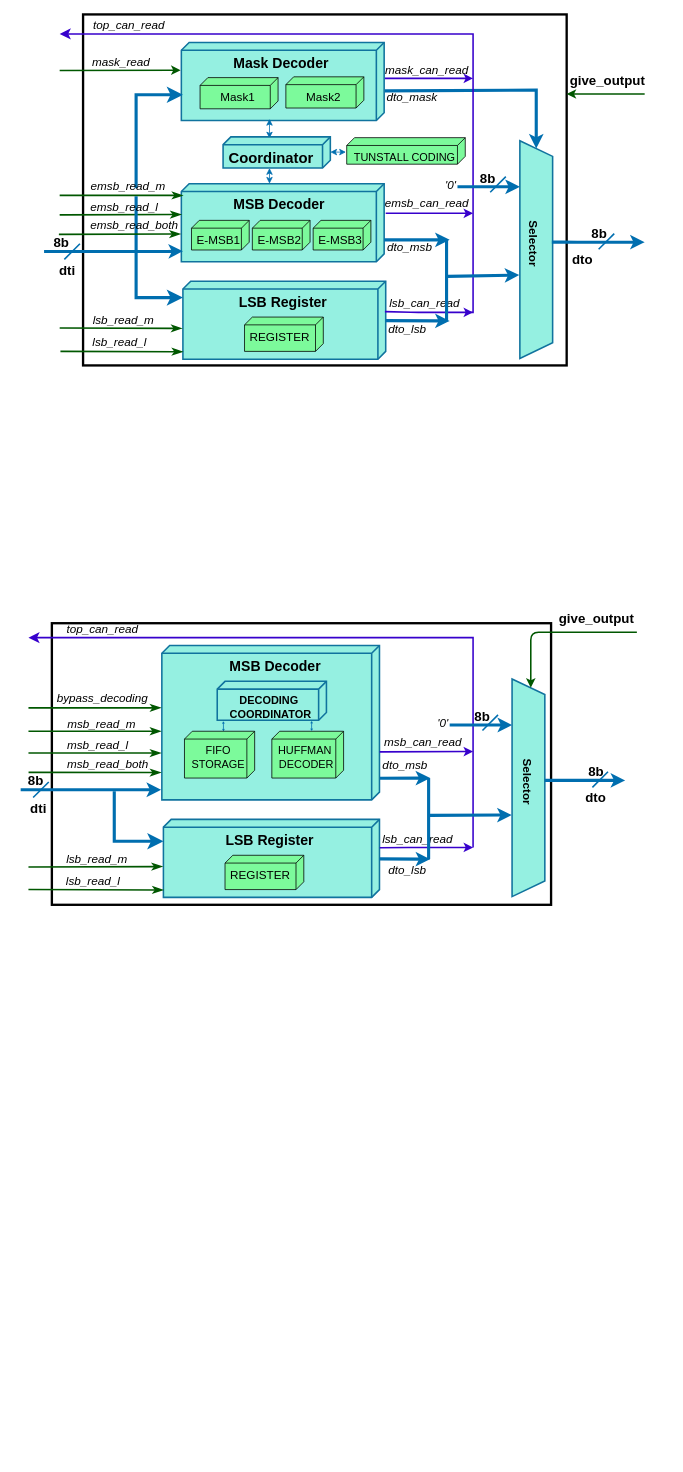
Before: decompressor.drawio in Nithyarajoman/Drawio-figures, a draw.io diagram. Source tidied: cells renumbered, new cells numbered last; positions are measured from the earlier drawing's top-left corner, leaving out a move shared by most shapes. Both pictures are drawn from the tidied source at 78%, with x=0, y=0 at pixel (20, 13).
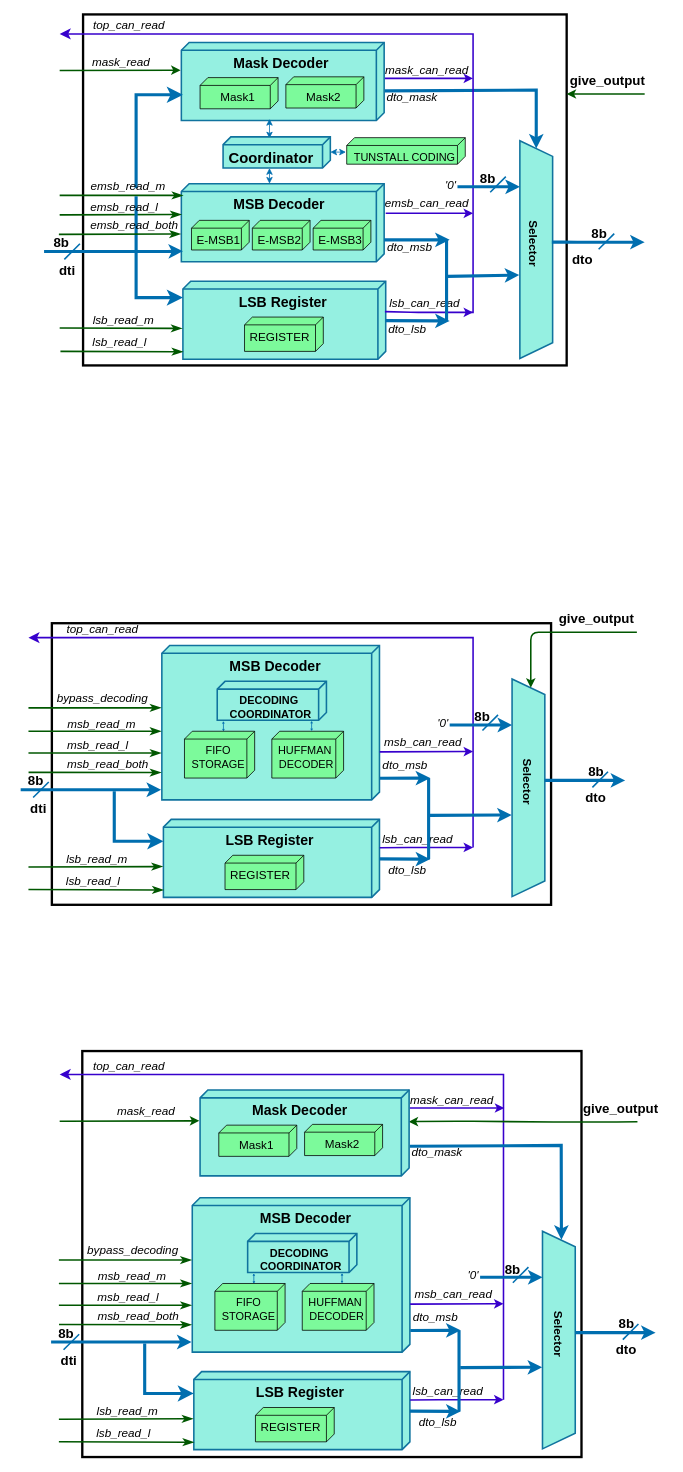
The same diagram, later.

Diff of the diagram source:
```diff
@@
+    <mxCell id="113" style="rounded=0;whiteSpace=wrap;html=1;fillStyle=solid;strokeColor=#000000;strokeWidth=3;fillColor=none;" parent="1" vertex="1">
+      <mxGeometry x="79" y="1330" width="640" height="520.5" as="geometry" />
+    </mxCell>
+    <mxCell id="114" value="&lt;font style=&quot;font-size: 15px;&quot;&gt;&lt;i&gt;'0'&lt;/i&gt;&lt;/font&gt;" style="text;strokeColor=none;align=center;fillColor=none;html=1;verticalAlign=middle;whiteSpace=wrap;rounded=0;fontSize=17;" parent="1" vertex="1">
+      <mxGeometry x="570" y="1603" width="21" height="30" as="geometry" />
+    </mxCell>
+    <mxCell id="115" value="&lt;font size=&quot;1&quot; color=&quot;#000000&quot;&gt;&lt;b style=&quot;font-size: 18px;&quot;&gt;LSB Register&lt;/b&gt;&lt;/font&gt;" style="verticalAlign=top;align=center;shape=cube;size=10;direction=south;fontStyle=0;html=1;boundedLbl=1;spacingLeft=5;rounded=1;fillColor=#95F0E1;strokeColor=#10739e;strokeWidth=2;" parent="1" vertex="1">
+      <mxGeometry x="222" y="1741" width="277" height="100" as="geometry" />
+    </mxCell>
+    <mxCell id="116" value="&lt;font size=&quot;1&quot; color=&quot;#000000&quot;&gt;&lt;b style=&quot;font-size: 18px;&quot;&gt;&amp;nbsp; &amp;nbsp; &amp;nbsp; &amp;nbsp; &amp;nbsp; &amp;nbsp; &amp;nbsp; &amp;nbsp; MSB Decoder&lt;/b&gt;&lt;/font&gt;" style="verticalAlign=top;align=left;shape=cube;size=10;direction=south;fontStyle=0;html=1;boundedLbl=1;spacingLeft=5;rounded=1;fillColor=#95F0E1;strokeColor=#10739e;strokeWidth=2;" parent="1" vertex="1">
+      <mxGeometry x="220" y="1518" width="279" height="198" as="geometry" />
+    </mxCell>
+    <mxCell id="117" style="html=1;fontColor=#000000;shadow=0;strokeColor=#006EAF;strokeWidth=4;rounded=0;" parent="1" edge="1" source="115">
+      <mxGeometry relative="1" as="geometry">
+        <mxPoint x="564" y="1792" as="targetPoint" />
+      </mxGeometry>
+    </mxCell>
+    <mxCell id="118" style="shape=trapezoid;perimeter=trapezoidPerimeter;whiteSpace=wrap;html=1;fixedSize=1;strokeColor=#10739e;fillColor=#95F0E1;direction=south;strokeWidth=2;" parent="1" vertex="1">
+      <mxGeometry x="669" y="1561" width="42" height="279" as="geometry" />
+    </mxCell>
+    <mxCell id="119" style="edgeStyle=none;html=1;fontColor=#000000;shadow=0;strokeColor=#006EAF;strokeWidth=4;exitX=0.466;exitY=-0.004;exitDx=0;exitDy=0;exitPerimeter=0;" parent="1" edge="1" source="118">
+      <mxGeometry relative="1" as="geometry">
+        <mxPoint x="814" y="1691" as="targetPoint" />
+        <Array as="points">
+          <mxPoint x="718" y="1691" />
+        </Array>
+      </mxGeometry>
+    </mxCell>
+    <mxCell id="120" style="endArrow=classicThin;startArrow=none;endFill=1;startFill=0;endSize=8;html=1;verticalAlign=bottom;labelBackgroundColor=none;strokeWidth=2;shadow=0;sketch=0;fontColor=#000000;fillColor=#008a00;strokeColor=#005700;" parent="1" edge="1">
+      <mxGeometry relative="1" as="geometry">
+        <mxPoint x="49" y="1628" as="sourcePoint" />
+        <mxPoint x="219" y="1628" as="targetPoint" />
+      </mxGeometry>
+    </mxCell>
+    <mxCell id="121" style="endArrow=classicThin;startArrow=none;endFill=1;startFill=0;endSize=8;html=1;verticalAlign=bottom;labelBackgroundColor=none;strokeWidth=2;shadow=0;sketch=0;fontColor=#000000;fillColor=#008a00;strokeColor=#005700;" parent="1" edge="1">
+      <mxGeometry relative="1" as="geometry">
+        <mxPoint x="49" y="1656" as="sourcePoint" />
+        <mxPoint x="219" y="1656" as="targetPoint" />
+      </mxGeometry>
+    </mxCell>
+    <mxCell id="122" value="&lt;font size=&quot;1&quot; color=&quot;#000000&quot;&gt;&lt;b style=&quot;font-size: 15px;&quot;&gt;Selector&lt;/b&gt;&lt;/font&gt;" style="text;strokeColor=none;align=center;fillColor=none;html=1;verticalAlign=middle;whiteSpace=wrap;rounded=0;direction=west;spacingRight=0;labelPosition=center;verticalLabelPosition=middle;flipV=0;flipH=1;rotation=90;" parent="1" vertex="1">
+      <mxGeometry x="660" y="1686" width="60" height="14" as="geometry" />
+    </mxCell>
+    <mxCell id="123" style="edgeStyle=none;html=1;fontColor=#000000;shadow=0;strokeColor=#3700CC;fillColor=#6a00ff;strokeWidth=2;exitX=0.689;exitY=-0.001;exitDx=0;exitDy=0;exitPerimeter=0;" parent="1" edge="1" source="116">
+      <mxGeometry relative="1" as="geometry">
+        <mxPoint x="619" y="1654" as="targetPoint" />
+      </mxGeometry>
+    </mxCell>
+    <mxCell id="124" style="edgeStyle=segmentEdgeStyle;endArrow=classic;html=1;curved=0;rounded=0;endSize=8;startSize=8;fontColor=#000000;strokeColor=#3700CC;fillColor=#6a00ff;strokeWidth=2;" parent="1" edge="1">
+      <mxGeometry relative="1" as="geometry">
+        <mxPoint x="619" y="1777" as="sourcePoint" />
+        <mxPoint x="50" y="1360" as="targetPoint" />
+        <Array as="points">
+          <mxPoint x="619" y="1360" />
+        </Array>
+      </mxGeometry>
+    </mxCell>
+    <mxCell id="125" style="edgeStyle=none;html=1;fontColor=#000000;shadow=0;strokeColor=#3700CC;fillColor=#6a00ff;strokeWidth=2;exitX=0.363;exitY=-0.001;exitDx=0;exitDy=0;exitPerimeter=0;" parent="1" edge="1" source="115">
+      <mxGeometry relative="1" as="geometry">
+        <mxPoint x="619" y="1777" as="targetPoint" />
+        <Array as="points">
+          <mxPoint x="546" y="1777" />
+        </Array>
+      </mxGeometry>
+    </mxCell>
+    <mxCell id="126" style="edgeStyle=none;orthogonalLoop=1;jettySize=auto;html=1;strokeColor=#006EAF;fillColor=#1ba1e2;strokeWidth=4;" parent="1" edge="1">
+      <mxGeometry relative="1" as="geometry">
+        <mxPoint x="39" y="1703" as="sourcePoint" />
+        <mxPoint x="219" y="1703" as="targetPoint" />
+        <Array as="points">
+          <mxPoint x="194" y="1703" />
+        </Array>
+      </mxGeometry>
+    </mxCell>
+    <mxCell id="127" style="edgeStyle=segmentEdgeStyle;endArrow=classic;html=1;curved=0;rounded=0;endSize=8;startSize=8;strokeColor=#006EAF;fillColor=#1ba1e2;strokeWidth=4;" parent="1" edge="1">
+      <mxGeometry relative="1" as="geometry">
+        <mxPoint x="159" y="1705" as="sourcePoint" />
+        <mxPoint x="222" y="1769" as="targetPoint" />
+        <Array as="points">
+          <mxPoint x="159" y="1769" />
+        </Array>
+      </mxGeometry>
+    </mxCell>
+    <mxCell id="128" style="endArrow=classicThin;startArrow=none;endFill=1;startFill=0;endSize=8;html=1;verticalAlign=bottom;labelBackgroundColor=none;strokeWidth=2;shadow=0;sketch=0;fontColor=#000000;fillColor=#008a00;strokeColor=#005700;" parent="1" edge="1">
+      <mxGeometry relative="1" as="geometry">
+        <mxPoint x="49" y="1802" as="sourcePoint" />
+        <mxPoint x="221" y="1801.5" as="targetPoint" />
+      </mxGeometry>
+    </mxCell>
+    <mxCell id="129" style="html=1;fontColor=#000000;shadow=0;strokeColor=#006EAF;strokeWidth=4;exitX=0.86;exitY=-0.002;exitDx=0;exitDy=0;exitPerimeter=0;" parent="1" edge="1" source="116">
+      <mxGeometry relative="1" as="geometry">
+        <mxPoint x="564" y="1688" as="targetPoint" />
+      </mxGeometry>
+    </mxCell>
+    <mxCell id="130" style="endArrow=none;html=1;strokeColor=#006EAF;strokeWidth=2;" parent="1" edge="1">
+      <mxGeometry relative="1" as="geometry">
+        <mxPoint x="55" y="1713" as="sourcePoint" />
+        <mxPoint x="75" y="1693" as="targetPoint" />
+      </mxGeometry>
+    </mxCell>
+    <mxCell id="131" style="endArrow=none;html=1;strokeColor=#006EAF;strokeWidth=2;" parent="1" edge="1">
+      <mxGeometry relative="1" as="geometry">
+        <mxPoint x="772" y="1700" as="sourcePoint" />
+        <mxPoint x="792" y="1680" as="targetPoint" />
+      </mxGeometry>
+    </mxCell>
+    <mxCell id="132" value="&lt;b&gt;&lt;font style=&quot;font-size: 17px;&quot;&gt;8b&lt;/font&gt;&lt;/b&gt;" style="text;strokeColor=none;align=center;fillColor=none;html=1;verticalAlign=middle;whiteSpace=wrap;rounded=0;fontColor=default;" parent="1" vertex="1">
+      <mxGeometry x="46" y="1681" width="25" height="24" as="geometry" />
+    </mxCell>
+    <mxCell id="133" value="&lt;b&gt;&lt;font style=&quot;font-size: 17px;&quot;&gt;8b&lt;/font&gt;&lt;/b&gt;" style="text;strokeColor=none;align=center;fillColor=none;html=1;verticalAlign=middle;whiteSpace=wrap;rounded=0;" parent="1" vertex="1">
+      <mxGeometry x="742" y="1668" width="70" height="25" as="geometry" />
+    </mxCell>
+    <mxCell id="134" value="&lt;b&gt;&lt;font style=&quot;font-size: 17px;&quot;&gt;dto&lt;/font&gt;&lt;/b&gt;" style="text;strokeColor=none;align=center;fillColor=none;html=1;verticalAlign=middle;whiteSpace=wrap;rounded=0;" parent="1" vertex="1">
+      <mxGeometry x="736" y="1697" width="80.5" height="33" as="geometry" />
+    </mxCell>
+    <mxCell id="135" value="&lt;font style=&quot;font-size: 15px;&quot;&gt;&lt;i&gt;msb_read_m&lt;/i&gt;&lt;/font&gt;" style="text;strokeColor=none;align=center;fillColor=none;html=1;verticalAlign=middle;whiteSpace=wrap;rounded=0;fontSize=17;" parent="1" vertex="1">
+      <mxGeometry x="113" y="1601" width="60" height="35" as="geometry" />
+    </mxCell>
+    <mxCell id="136" value="&lt;font style=&quot;font-size: 15px;&quot;&gt;&lt;i&gt;msb_read_l&lt;/i&gt;&lt;/font&gt;" style="text;strokeColor=none;align=center;fillColor=none;html=1;verticalAlign=middle;whiteSpace=wrap;rounded=0;fontSize=17;" parent="1" vertex="1">
+      <mxGeometry x="108" y="1631" width="60" height="30" as="geometry" />
+    </mxCell>
+    <mxCell id="137" value="&lt;font style=&quot;font-size: 15px;&quot;&gt;&lt;i&gt;lsb_read_m&lt;/i&gt;&lt;/font&gt;" style="text;strokeColor=none;align=center;fillColor=none;html=1;verticalAlign=middle;whiteSpace=wrap;rounded=0;fontSize=17;" parent="1" vertex="1">
+      <mxGeometry x="107" y="1777" width="60" height="30" as="geometry" />
+    </mxCell>
+    <mxCell id="138" value="&lt;font style=&quot;font-size: 15px;&quot;&gt;&lt;i&gt;lsb_read_l&lt;/i&gt;&lt;/font&gt;" style="text;strokeColor=none;align=center;fillColor=none;html=1;verticalAlign=middle;whiteSpace=wrap;rounded=0;fontSize=17;" parent="1" vertex="1">
+      <mxGeometry x="102" y="1805" width="60" height="30" as="geometry" />
+    </mxCell>
+    <mxCell id="139" value="&lt;font style=&quot;font-size: 15px;&quot;&gt;&lt;i&gt;msb_can_read&lt;/i&gt;&lt;/font&gt;" style="text;strokeColor=none;align=center;fillColor=none;html=1;verticalAlign=middle;whiteSpace=wrap;rounded=0;fontSize=17;" parent="1" vertex="1">
+      <mxGeometry x="525" y="1627" width="60" height="30" as="geometry" />
+    </mxCell>
+    <mxCell id="140" value="&lt;font style=&quot;font-size: 15px;&quot;&gt;&lt;i&gt;lsb_can_read&lt;/i&gt;&lt;/font&gt;" style="text;strokeColor=none;align=center;fillColor=none;html=1;verticalAlign=middle;whiteSpace=wrap;rounded=0;fontSize=17;" parent="1" vertex="1">
+      <mxGeometry x="518" y="1752" width="60" height="30" as="geometry" />
+    </mxCell>
+    <mxCell id="141" value="&lt;b&gt;&lt;font style=&quot;font-size: 17px;&quot;&gt;dti&lt;/font&gt;&lt;/b&gt;" style="text;strokeColor=none;align=center;fillColor=none;html=1;verticalAlign=middle;whiteSpace=wrap;rounded=0;" parent="1" vertex="1">
+      <mxGeometry x="42" y="1713" width="40" height="30" as="geometry" />
+    </mxCell>
+    <mxCell id="142" value="&lt;font style=&quot;font-size: 15px;&quot;&gt;&lt;i&gt;top_can_read&lt;/i&gt;&lt;/font&gt;" style="text;strokeColor=none;align=center;fillColor=none;html=1;verticalAlign=middle;whiteSpace=wrap;rounded=0;fontSize=17;" parent="1" vertex="1">
+      <mxGeometry x="109" y="1335" width="60" height="30" as="geometry" />
+    </mxCell>
+    <mxCell id="143" style="line;strokeWidth=4;dashed=0;labelPosition=right;align=left;verticalAlign=middle;spacingTop=0;spacingLeft=6;points=[];portConstraint=eastwest;fillStyle=solid;strokeColor=#006eaf;fillColor=none;flipH=1;flipV=1;direction=south;" parent="1" vertex="1">
+      <mxGeometry x="557" y="1688" width="10" height="104" as="geometry" />
+    </mxCell>
+    <mxCell id="144" style="html=1;fontColor=#000000;shadow=0;strokeColor=#006EAF;strokeWidth=4;exitX=0.54;exitY=0.653;exitDx=0;exitDy=0;exitPerimeter=0;entryX=0.625;entryY=1.011;entryDx=0;entryDy=0;entryPerimeter=0;" parent="1" edge="1" source="143" target="118">
+      <mxGeometry relative="1" as="geometry" />
+    </mxCell>
+    <mxCell id="145" value="&lt;font style=&quot;font-size: 15px;&quot;&gt;&lt;i&gt;dto_lsb&lt;/i&gt;&lt;/font&gt;" style="text;strokeColor=none;align=center;fillColor=none;html=1;verticalAlign=middle;whiteSpace=wrap;rounded=0;fontSize=17;" parent="1" vertex="1">
+      <mxGeometry x="505" y="1791" width="60" height="30" as="geometry" />
+    </mxCell>
+    <mxCell id="146" style="html=1;fontColor=#000000;shadow=0;strokeColor=#006EAF;strokeWidth=4;" parent="1" edge="1">
+      <mxGeometry relative="1" as="geometry">
+        <mxPoint x="589" y="1620" as="sourcePoint" />
+        <mxPoint x="669" y="1620" as="targetPoint" />
+      </mxGeometry>
+    </mxCell>
+    <mxCell id="147" value="&lt;b&gt;&lt;font style=&quot;font-size: 17px;&quot;&gt;8b&lt;/font&gt;&lt;/b&gt;" style="text;strokeColor=none;align=center;fillColor=none;html=1;verticalAlign=middle;whiteSpace=wrap;rounded=0;" parent="1" vertex="1">
+      <mxGeometry x="600" y="1598" width="62" height="25" as="geometry" />
+    </mxCell>
+    <mxCell id="148" style="endArrow=none;html=1;strokeColor=#006EAF;strokeWidth=2;" parent="1" edge="1">
+      <mxGeometry relative="1" as="geometry">
+        <mxPoint x="631" y="1627" as="sourcePoint" />
+        <mxPoint x="651" y="1607" as="targetPoint" />
+      </mxGeometry>
+    </mxCell>
+    <mxCell id="149" style="endArrow=classic;startArrow=none;endFill=1;startFill=0;html=1;verticalAlign=bottom;labelBackgroundColor=none;strokeWidth=2;shadow=0;sketch=0;fontColor=#000000;fillColor=#008a00;strokeColor=#005700;exitX=0.67;exitY=1.021;exitDx=0;exitDy=0;exitPerimeter=0;entryX=0.368;entryY=0.002;entryDx=0;entryDy=0;entryPerimeter=0;" parent="1" edge="1" source="158" target="163">
+      <mxGeometry relative="1" as="geometry">
+        <Array as="points">
+          <mxPoint x="754" y="1421" />
+          <mxPoint x="693" y="1421" />
+          <mxPoint x="570" y="1420" />
+        </Array>
+      </mxGeometry>
+    </mxCell>
+    <mxCell id="150" style="endArrow=classicThin;startArrow=none;endFill=1;startFill=0;endSize=8;html=1;verticalAlign=bottom;labelBackgroundColor=none;strokeWidth=2;shadow=0;sketch=0;fontColor=#000000;fillColor=#008a00;strokeColor=#005700;exitX=0.125;exitY=-0.013;exitDx=0;exitDy=0;exitPerimeter=0;" parent="1" edge="1" source="132">
+      <mxGeometry relative="1" as="geometry">
+        <mxPoint x="219" y="1681" as="targetPoint" />
+      </mxGeometry>
+    </mxCell>
+    <mxCell id="151" value="&lt;font style=&quot;font-size: 15px;&quot;&gt;&lt;i&gt;msb_read_both&lt;/i&gt;&lt;/font&gt;" style="text;strokeColor=none;align=center;fillColor=none;html=1;verticalAlign=middle;whiteSpace=wrap;rounded=0;fontSize=17;" parent="1" vertex="1">
+      <mxGeometry x="121" y="1655" width="60" height="30" as="geometry" />
+    </mxCell>
+    <mxCell id="152" value="&lt;font style=&quot;font-size: 14px;&quot;&gt;HUFFMAN&amp;nbsp;&lt;/font&gt;&lt;div&gt;&lt;font style=&quot;font-size: 14px;&quot;&gt;DECODER&lt;/font&gt;&lt;/div&gt;" style="verticalAlign=top;align=center;shape=cube;size=10;direction=south;html=1;boundedLbl=1;spacingLeft=5;rounded=1;fillColor=#7CFA9B;fontColor=#000000;strokeColor=#000000;" parent="1" vertex="1">
+      <mxGeometry x="361" y="1628" width="92" height="60" as="geometry" />
+    </mxCell>
+    <mxCell id="153" style="endArrow=classic;startArrow=classic;html=1;rounded=0;strokeColor=#006eaf;fontColor=default;entryX=1.016;entryY=0.815;entryDx=0;entryDy=0;entryPerimeter=0;strokeWidth=1;endSize=1;startSize=1;" parent="1" edge="1">
+      <mxGeometry relative="1" as="geometry">
+        <mxPoint x="299" y="1628.5" as="sourcePoint" />
+        <mxPoint x="298.9" y="1614.8" as="targetPoint" />
+      </mxGeometry>
+    </mxCell>
+    <mxCell id="154" value="&lt;font style=&quot;font-size: 14px;&quot;&gt;FIFO&lt;/font&gt;&lt;div&gt;&lt;font style=&quot;font-size: 14px;&quot;&gt;STORAGE&lt;/font&gt;&lt;/div&gt;" style="verticalAlign=top;align=center;shape=cube;size=10;direction=south;html=1;boundedLbl=1;spacingLeft=5;rounded=1;fillColor=#7CFA9B;fontColor=#000000;strokeColor=#000000;" parent="1" vertex="1">
+      <mxGeometry x="249" y="1628" width="90" height="60" as="geometry" />
+    </mxCell>
+    <mxCell id="155" value="&lt;font style=&quot;font-size: 15px;&quot;&gt;REGISTER&lt;/font&gt;" style="verticalAlign=top;align=left;shape=cube;size=10;direction=south;html=1;boundedLbl=1;spacingLeft=5;rounded=1;fillColor=#7CFA9B;fontColor=#000000;strokeColor=#000000;" parent="1" vertex="1">
+      <mxGeometry x="301" y="1787" width="101" height="44" as="geometry" />
+    </mxCell>
+    <mxCell id="156" value="&lt;font style=&quot;font-size: 14px;&quot; color=&quot;#000000&quot;&gt;&lt;b style=&quot;&quot;&gt;DECODING&amp;nbsp;&lt;/b&gt;&lt;/font&gt;&lt;div&gt;&lt;font style=&quot;font-size: 14px;&quot; color=&quot;#000000&quot;&gt;&lt;b style=&quot;&quot;&gt;COORDINATOR&lt;/b&gt;&lt;/font&gt;&lt;/div&gt;" style="verticalAlign=top;align=center;shape=cube;size=10;direction=south;fontStyle=0;html=1;boundedLbl=1;spacingLeft=5;rounded=1;fillColor=#95F0E1;strokeColor=#10739e;strokeWidth=2;" parent="1" vertex="1">
+      <mxGeometry x="291" y="1564" width="140" height="50" as="geometry" />
+    </mxCell>
+    <mxCell id="157" style="endArrow=classicThin;startArrow=none;endFill=1;startFill=0;endSize=8;html=1;verticalAlign=bottom;labelBackgroundColor=none;strokeWidth=2;shadow=0;sketch=0;fontColor=#000000;fillColor=#008a00;strokeColor=#005700;" parent="1" edge="1">
+      <mxGeometry relative="1" as="geometry">
+        <mxPoint x="49" y="1831" as="sourcePoint" />
+        <mxPoint x="222" y="1831.5" as="targetPoint" />
+      </mxGeometry>
+    </mxCell>
+    <mxCell id="158" value="&lt;b&gt;&lt;font style=&quot;font-size: 17px;&quot;&gt;give_output&lt;/font&gt;&lt;/b&gt;" style="text;strokeColor=none;align=center;fillColor=none;html=1;verticalAlign=middle;whiteSpace=wrap;rounded=0;" parent="1" vertex="1">
+      <mxGeometry x="707" y="1390" width="125" height="30" as="geometry" />
+    </mxCell>
+    <mxCell id="159" value="&lt;font style=&quot;font-size: 15px;&quot;&gt;&lt;i&gt;dto_msb&lt;/i&gt;&lt;/font&gt;" style="text;strokeColor=none;align=center;fillColor=none;html=1;verticalAlign=middle;whiteSpace=wrap;rounded=0;fontSize=17;" parent="1" vertex="1">
+      <mxGeometry x="502" y="1657" width="60" height="30" as="geometry" />
+    </mxCell>
+    <mxCell id="160" style="endArrow=classic;startArrow=classic;html=1;rounded=0;strokeColor=#006eaf;fontColor=default;entryX=1.016;entryY=0.815;entryDx=0;entryDy=0;entryPerimeter=0;strokeWidth=1;endSize=1;startSize=1;" parent="1" edge="1">
+      <mxGeometry relative="1" as="geometry">
+        <mxPoint x="412" y="1628" as="sourcePoint" />
+        <mxPoint x="412" y="1614.5" as="targetPoint" />
+      </mxGeometry>
+    </mxCell>
+    <mxCell id="161" style="endArrow=classicThin;startArrow=none;endFill=1;startFill=0;endSize=8;html=1;verticalAlign=bottom;labelBackgroundColor=none;strokeWidth=2;shadow=0;sketch=0;fontColor=#000000;fillColor=#008a00;strokeColor=#005700;" parent="1" edge="1">
+      <mxGeometry relative="1" as="geometry">
+        <mxPoint x="49" y="1598" as="sourcePoint" />
+        <mxPoint x="219" y="1598" as="targetPoint" />
+      </mxGeometry>
+    </mxCell>
+    <mxCell id="162" value="&lt;font style=&quot;font-size: 15px;&quot;&gt;&lt;i&gt;bypass_decoding&lt;/i&gt;&lt;/font&gt;" style="text;strokeColor=none;align=center;fillColor=none;html=1;verticalAlign=middle;whiteSpace=wrap;rounded=0;fontSize=17;" parent="1" vertex="1">
+      <mxGeometry x="114" y="1568" width="60" height="35" as="geometry" />
+    </mxCell>
+    <mxCell id="163" value="&lt;font style=&quot;font-size: 18px;&quot; color=&quot;#000000&quot;&gt;&amp;nbsp; &amp;nbsp; &amp;nbsp; &amp;nbsp; &amp;nbsp; &amp;nbsp;&amp;nbsp;&lt;b&gt;Mask Decoder&lt;/b&gt;&lt;/font&gt;" style="verticalAlign=top;align=left;shape=cube;size=10;direction=south;fontStyle=0;html=1;boundedLbl=1;spacingLeft=5;rounded=1;fillColor=#95F0E1;strokeColor=#10739e;strokeWidth=2;" parent="1" vertex="1">
+      <mxGeometry x="230" y="1380" width="268" height="110" as="geometry" />
+    </mxCell>
+    <mxCell id="164" value="&lt;font style=&quot;font-size: 15px;&quot;&gt;Mask1&lt;/font&gt;" style="verticalAlign=top;align=center;shape=cube;size=10;direction=south;html=1;boundedLbl=1;spacingLeft=5;rounded=1;fillColor=#7CFA9B;strokeColor=#000000;fontColor=#000000;" parent="163" vertex="1">
+      <mxGeometry width="100" height="40" relative="1" as="geometry">
+        <mxPoint x="24" y="45" as="offset" />
+      </mxGeometry>
+    </mxCell>
+    <mxCell id="165" value="&lt;font style=&quot;font-size: 15px;&quot;&gt;Mask2&lt;/font&gt;" style="verticalAlign=top;align=center;shape=cube;size=10;direction=south;html=1;boundedLbl=1;spacingLeft=5;rounded=1;fillColor=#7CFA9B;strokeColor=#000000;fontColor=#000000;" parent="163" vertex="1">
+      <mxGeometry width="100" height="40" relative="1" as="geometry">
+        <mxPoint x="134" y="44" as="offset" />
+      </mxGeometry>
+    </mxCell>
+    <mxCell id="166" style="html=1;fontColor=#000000;shadow=0;strokeColor=#006EAF;strokeWidth=4;entryX=0.039;entryY=0.422;entryDx=0;entryDy=0;rounded=0;entryPerimeter=0;" parent="1" edge="1" target="118">
+      <mxGeometry relative="1" as="geometry">
+        <mxPoint x="499" y="1452" as="sourcePoint" />
+        <Array as="points">
+          <mxPoint x="693" y="1451" />
+        </Array>
+      </mxGeometry>
+    </mxCell>
+    <mxCell id="167" style="html=1;fontColor=#000000;shadow=0;strokeColor=#3700CC;fillColor=#6a00ff;strokeWidth=2;" parent="1" edge="1">
+      <mxGeometry relative="1" as="geometry">
+        <mxPoint x="499" y="1403" as="sourcePoint" />
+        <mxPoint x="620" y="1403" as="targetPoint" />
+      </mxGeometry>
+    </mxCell>
+    <mxCell id="168" style="endArrow=classic;startArrow=none;endFill=1;startFill=0;html=1;verticalAlign=bottom;labelBackgroundColor=none;strokeWidth=2;shadow=0;sketch=0;fontColor=#000000;fillColor=#008a00;strokeColor=#005700;" parent="1" edge="1">
+      <mxGeometry relative="1" as="geometry">
+        <mxPoint x="50" y="1420" as="sourcePoint" />
+        <mxPoint x="229" y="1419.5" as="targetPoint" />
+      </mxGeometry>
+    </mxCell>
+    <mxCell id="169" value="&lt;font style=&quot;font-size: 15px;&quot;&gt;&lt;i&gt;mask_read&lt;/i&gt;&lt;/font&gt;" style="text;strokeColor=none;align=center;fillColor=none;html=1;verticalAlign=middle;whiteSpace=wrap;rounded=0;fontSize=17;" parent="1" vertex="1">
+      <mxGeometry x="131" y="1392" width="60" height="30" as="geometry" />
+    </mxCell>
+    <mxCell id="170" value="&lt;font style=&quot;font-size: 15px;&quot;&gt;&lt;i&gt;mask_can_read&lt;/i&gt;&lt;/font&gt;" style="text;strokeColor=none;align=center;fillColor=none;html=1;verticalAlign=middle;whiteSpace=wrap;rounded=0;fontSize=17;" parent="1" vertex="1">
+      <mxGeometry x="523" y="1378" width="60" height="30" as="geometry" />
+    </mxCell>
+    <mxCell id="171" value="&lt;font style=&quot;font-size: 15px;&quot;&gt;&lt;i&gt;dto_mask&lt;/i&gt;&lt;/font&gt;" style="text;strokeColor=none;align=center;fillColor=none;html=1;verticalAlign=middle;whiteSpace=wrap;rounded=0;fontSize=17;" parent="1" vertex="1">
+      <mxGeometry x="504" y="1445" width="60" height="30" as="geometry" />
+    </mxCell>
```
